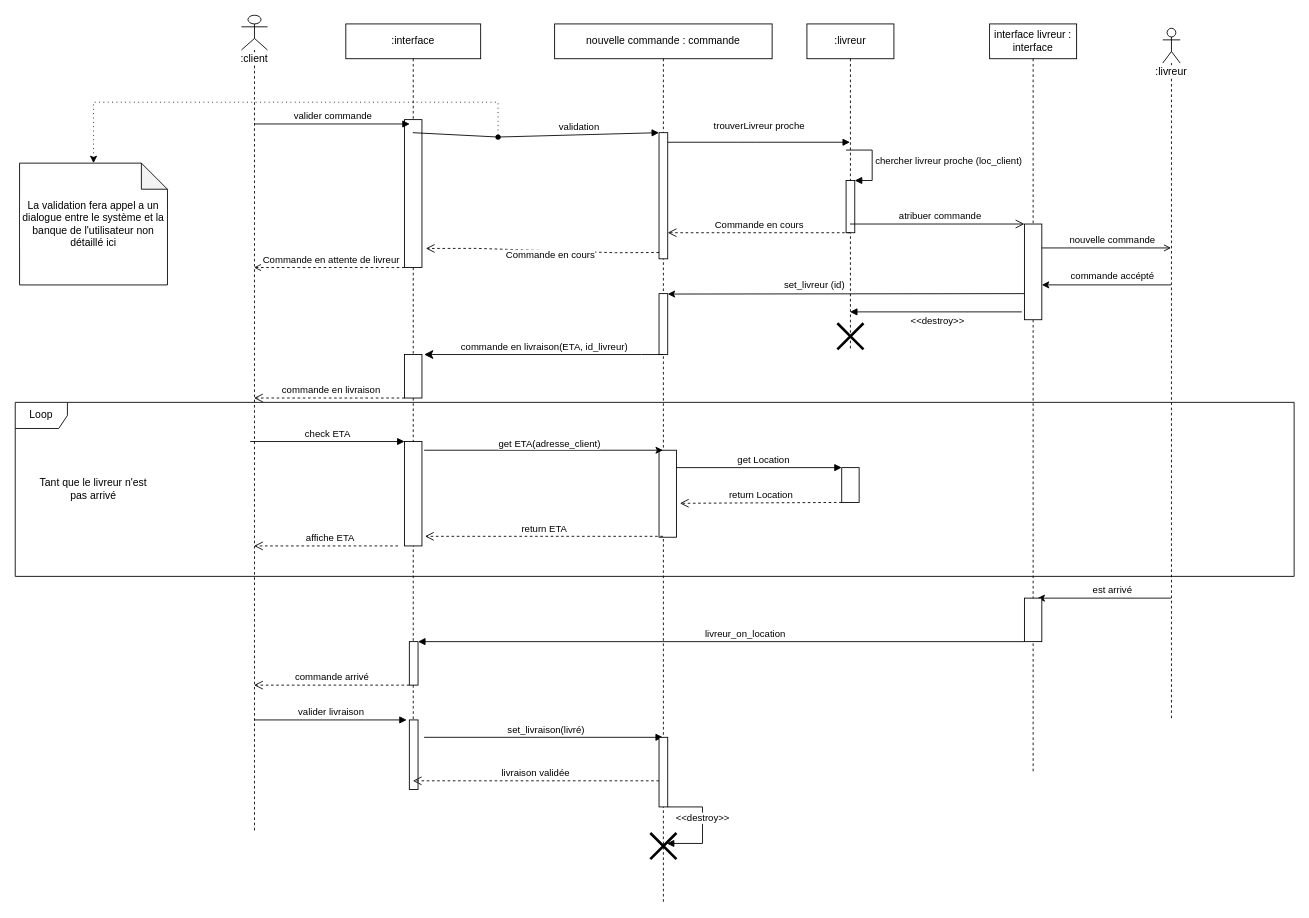
This is page "Livraison" (4 of 4) of sequence_diagrams.drawio from sebastien-deren/projet_4, a draw.io file, before an edit. Source tidied: cells renumbered, new cells numbered last; positions are measured from the earlier drawing's top-left corner, leaving out a move shared by most shapes. Both pictures are drawn from the tidied source at 87%, with x=0, y=0 at pixel (15, 15).
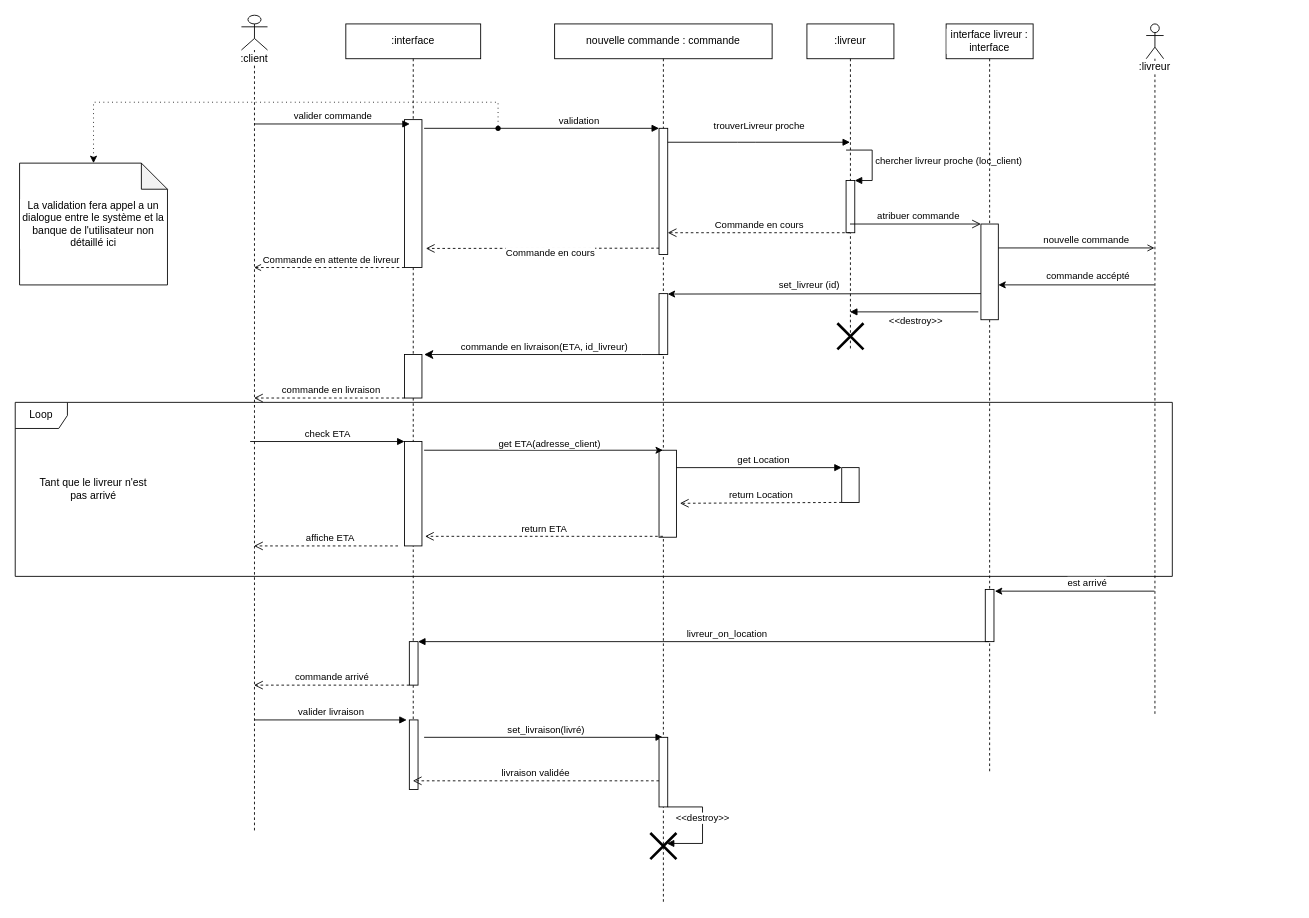
The same page after the edit.

Unchanged cells that the change refers to:
```xml
<mxCell id="4" style="rounded=0;whiteSpace=wrap;html=1;labelBackgroundColor=default;" parent="3" vertex="1">
  <mxGeometry x="67.5" y="110" width="20" height="170" as="geometry" />
</mxCell>
<mxCell id="7" style="rounded=0;whiteSpace=wrap;html=1;labelBackgroundColor=default;" parent="3" vertex="1">
  <mxGeometry x="73" y="710" width="10" height="50" as="geometry" />
</mxCell>
<mxCell id="10" value="nouvelle commande : commande" style="shape=umlLifeline;perimeter=lifelinePerimeter;whiteSpace=wrap;html=1;outlineConnect=0;labelBackgroundColor=default;" parent="1" vertex="1">
  <mxGeometry x="620" y="10" width="250" height="1010" as="geometry" />
</mxCell>
<mxCell id="12" style="html=1;points=[];perimeter=orthogonalPerimeter;labelBackgroundColor=default;" parent="10" vertex="1">
  <mxGeometry x="120" y="310" width="10" height="70" as="geometry" />
</mxCell>
```

The edit, as a diff of the source:
```diff
@@
     <mxCell id="11" style="html=1;points=[];perimeter=orthogonalPerimeter;labelBackgroundColor=default;" parent="10" vertex="1">
-      <mxGeometry x="120" y="125" width="10" height="145" as="geometry" />
+      <mxGeometry x="120" y="120" width="10" height="145" as="geometry" />
     </mxCell>
@@
     <mxCell id="24" value=":livreur" style="shape=umlLifeline;participant=umlActor;perimeter=lifelinePerimeter;whiteSpace=wrap;html=1;verticalAlign=top;spacingTop=36;outlineConnect=0;labelBackgroundColor=default;" parent="1" vertex="1">
-      <mxGeometry x="1319" y="15" width="20" height="795" as="geometry" />
+      <mxGeometry x="1300" y="10" width="20" height="795" as="geometry" />
     </mxCell>
     <mxCell id="25" value="interface livreur : interface" style="shape=umlLifeline;perimeter=lifelinePerimeter;whiteSpace=wrap;html=1;outlineConnect=0;labelBackgroundColor=default;" parent="1" vertex="1">
-      <mxGeometry x="1120" y="10" width="100" height="860" as="geometry" />
+      <mxGeometry x="1070" y="10" width="100" height="860" as="geometry" />
     </mxCell>
@@
+    <mxCell id="62" style="html=1;points=[];perimeter=orthogonalPerimeter;labelBackgroundColor=default;" parent="25" vertex="1">
+      <mxGeometry x="45" y="650" width="10" height="60" as="geometry" />
+    </mxCell>
@@
-    <mxCell id="29" value="validation" style="html=1;verticalAlign=bottom;endArrow=block;entryX=0;entryY=0;rounded=0;startArrow=none;" parent="1" edge="1" source="60" target="11">
+    <mxCell id="29" value="validation" style="html=1;verticalAlign=bottom;endArrow=block;entryX=0;entryY=0;rounded=0;startArrow=none;exitDx=0;exitDy=0;exitPerimeter=0;" parent="1" edge="1" source="60" target="11">
       <mxGeometry relative="1" as="geometry" />
     </mxCell>
     <mxCell id="30" value="Commande en cours" style="html=1;verticalAlign=bottom;endArrow=open;dashed=1;endSize=8;exitX=0;exitY=0.95;rounded=0;entryX=1.225;entryY=0.871;entryDx=0;entryDy=0;entryPerimeter=0;" parent="1" edge="1" source="11" target="4">
       <mxGeometry x="-0.07" y="14" relative="1" as="geometry">
         <Array as="points">
-          <mxPoint x="690" y="273" />
           <mxPoint x="530" y="268" />
         </Array>
       </mxGeometry>
     </mxCell>
@@
     <mxCell id="38" style="edgeStyle=none;rounded=0;jettySize=auto;html=1;startArrow=none;startFill=0;endArrow=classic;endFill=1;entryX=1;entryY=0.007;entryDx=0;entryDy=0;entryPerimeter=0;" parent="1" edge="1" target="12">
       <mxGeometry relative="1" as="geometry">
-        <mxPoint x="1160" y="320" as="sourcePoint" />
+        <mxPoint x="1110" y="320" as="sourcePoint" />
       </mxGeometry>
     </mxCell>
@@
     <mxCell id="43" value="Loop" style="shape=umlFrame;whiteSpace=wrap;html=1;labelBackgroundColor=default;" parent="1" vertex="1">
-      <mxGeometry y="445" width="1470" height="200" as="geometry" />
+      <mxGeometry y="445" width="1330" height="200" as="geometry" />
     </mxCell>
@@
-    <mxCell id="51" style="edgeStyle=none;rounded=0;jettySize=auto;html=1;exitX=0.75;exitY=0;exitDx=0;exitDy=0;startArrow=classic;startFill=1;endArrow=none;endFill=0;" parent="1" edge="1" source="53" target="24">
+    <mxCell id="51" style="edgeStyle=none;rounded=0;jettySize=auto;html=1;exitX=1.1;exitY=0.033;exitDx=0;exitDy=0;startArrow=classic;startFill=1;endArrow=none;endFill=0;exitPerimeter=0;" parent="1" edge="1" source="62" target="24">
       <mxGeometry relative="1" as="geometry" />
     </mxCell>
@@
-    <mxCell id="53" style="rounded=0;whiteSpace=wrap;html=1;labelBackgroundColor=default;" parent="1" vertex="1">
-      <mxGeometry x="1160" y="670" width="20" height="50" as="geometry" />
-    </mxCell>
-    <mxCell id="54" value="livreur_on_location" style="html=1;verticalAlign=bottom;endArrow=block;rounded=0;exitX=0;exitY=1;exitDx=0;exitDy=0;entryX=1;entryY=0;entryDx=0;entryDy=0;" parent="1" edge="1" source="53" target="7">
+    <mxCell id="54" value="livreur_on_location" style="html=1;verticalAlign=bottom;endArrow=block;rounded=0;entryX=1;entryY=0;entryDx=0;entryDy=0;" parent="1" edge="1" source="25" target="7">
       <mxGeometry x="-0.08" relative="1" as="geometry" />
     </mxCell>
@@
     <mxCell id="60" style="shape=waypoint;sketch=0;size=6;points=[];fillColor=default;perimeter=centerPerimeter;snapToPoint=1;labelBackgroundColor=default;" parent="1" vertex="1">
-      <mxGeometry x="535" y="120" width="40" height="40" as="geometry" />
+      <mxGeometry x="535" y="110" width="40" height="40" as="geometry" />
     </mxCell>
-    <mxCell id="61" style="html=1;verticalAlign=bottom;endArrow=none;rounded=0;" parent="1" edge="1" target="60">
-      <mxGeometry relative="1" as="geometry">
-        <mxPoint x="457" y="135" as="sourcePoint" />
-      </mxGeometry>
-    </mxCell>
+    <mxCell id="63" style="html=1;verticalAlign=bottom;endArrow=none;rounded=0;startArrow=none;" parent="1" edge="1" target="60">
+      <mxGeometry relative="1" as="geometry">
+        <mxPoint x="470" y="130" as="sourcePoint" />
+      </mxGeometry>
+    </mxCell>
```
